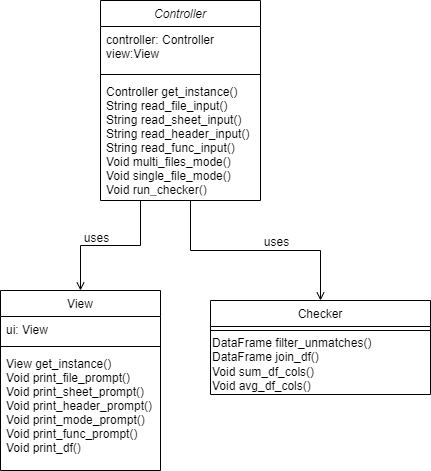
R-Fan9/Verification-Automation keeps this draw.io diagram as Documentation/UML_AutoChecker.png. Above is the earlier version. Source tidied: cells renumbered, new cells last; positions are measured from the earlier drawing's top-left corner, leaving out a move shared by most shapes.
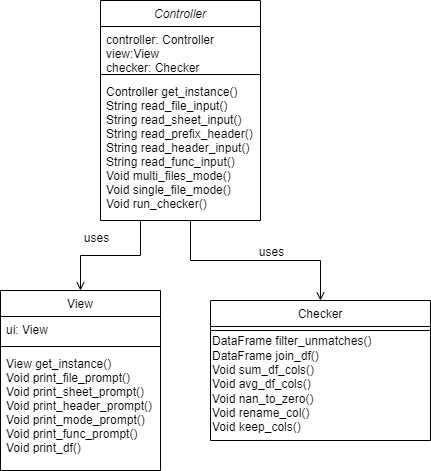
Above is the later version.

The edit, as a diff of the source:
```diff
@@ -3,16 +3,16 @@
     <mxCell id="0" />
     <mxCell id="1" parent="0" />
     <mxCell id="2" value="Controller" style="swimlane;fontStyle=2;align=center;verticalAlign=top;horizontal=1;startSize=26;rounded=0;shadow=0;strokeWidth=1;" parent="1" vertex="1">
-      <mxGeometry x="100" width="160" height="200" as="geometry" />
+      <mxGeometry x="100" width="160" height="220" as="geometry" />
     </mxCell>
-    <mxCell id="3" value="controller: Controller&#10;view:View" style="text;align=left;verticalAlign=top;spacingLeft=4;spacingRight=4;overflow=hidden;" parent="2" vertex="1">
+    <mxCell id="3" value="controller: Controller&#10;view:View&#10;checker: Checker" style="text;align=left;verticalAlign=top;spacingLeft=4;spacingRight=4;overflow=hidden;" parent="2" vertex="1">
       <mxGeometry y="26" width="160" height="44" as="geometry" />
     </mxCell>
     <mxCell id="4" style="line;html=1;strokeWidth=1;align=left;verticalAlign=middle;spacingTop=-1;spacingLeft=3;spacingRight=3;labelPosition=right;" parent="2" vertex="1">
       <mxGeometry y="70" width="160" height="8" as="geometry" />
     </mxCell>
-    <mxCell id="5" value="Controller get_instance()&#10;String read_file_input()&#10;String read_sheet_input()&#10;String read_header_input()&#10;String read_func_input()&#10;Void multi_files_mode()&#10;Void single_file_mode()&#10;Void run_checker()&#10;" style="text;align=left;verticalAlign=top;spacingLeft=4;spacingRight=4;overflow=hidden;" parent="2" vertex="1">
-      <mxGeometry y="78" width="160" height="112" as="geometry" />
+    <mxCell id="5" value="Controller get_instance()&#10;String read_file_input()&#10;String read_sheet_input()&#10;String read_prefix_header()&#10;String read_header_input()&#10;String read_func_input()&#10;Void multi_files_mode()&#10;Void single_file_mode()&#10;Void run_checker()&#10;" style="text;align=left;verticalAlign=top;spacingLeft=4;spacingRight=4;overflow=hidden;" parent="2" vertex="1">
+      <mxGeometry y="78" width="160" height="142" as="geometry" />
     </mxCell>
     <mxCell id="6" value="View" style="swimlane;fontStyle=0;align=center;verticalAlign=top;horizontal=1;startSize=26;rounded=0;shadow=0;strokeWidth=1;" parent="1" vertex="1">
       <mxGeometry y="290" width="160" height="180" as="geometry" />
@@ -27,13 +27,13 @@
       <mxGeometry y="60" width="160" height="110" as="geometry" />
     </mxCell>
     <mxCell id="10" value="Checker" style="swimlane;fontStyle=0;align=center;verticalAlign=top;horizontal=1;startSize=26;rounded=0;shadow=0;strokeWidth=1;" parent="1" vertex="1">
-      <mxGeometry x="210" y="300" width="220" height="94" as="geometry" />
+      <mxGeometry x="210" y="300" width="220" height="140" as="geometry" />
     </mxCell>
     <mxCell id="11" style="line;html=1;strokeWidth=1;align=left;verticalAlign=middle;spacingTop=-1;spacingLeft=3;spacingRight=3;labelPosition=right;" parent="10" vertex="1">
       <mxGeometry y="26" width="220" height="8" as="geometry" />
     </mxCell>
-    <mxCell id="12" value="DataFrame filter_unmatches()&lt;br&gt;&lt;div&gt;DataFrame join_df()&lt;/div&gt;&lt;div&gt;Void sum_df_cols()&lt;/div&gt;&lt;div&gt;Void avg_df_cols()&lt;/div&gt;" style="text;html=1;align=left;verticalAlign=middle;strokeColor=none;fillColor=none;" parent="10" vertex="1">
-      <mxGeometry y="34" width="220" height="60" as="geometry" />
+    <mxCell id="12" value="DataFrame filter_unmatches()&lt;br&gt;&lt;div&gt;DataFrame join_df()&lt;/div&gt;&lt;div&gt;Void sum_df_cols()&lt;/div&gt;&lt;div&gt;Void avg_df_cols()&lt;/div&gt;&lt;div&gt;Void nan_to_zero()&lt;/div&gt;&lt;div&gt;Void rename_col()&lt;/div&gt;&lt;div&gt;Void keep_cols()&lt;/div&gt;" style="text;html=1;align=left;verticalAlign=middle;strokeColor=none;fillColor=none;" parent="10" vertex="1">
+      <mxGeometry y="34" width="220" height="100" as="geometry" />
     </mxCell>
     <mxCell id="13" style="endArrow=open;shadow=0;strokeWidth=1;rounded=0;endFill=1;edgeStyle=elbowEdgeStyle;elbow=vertical;entryX=0.5;entryY=0;entryDx=0;entryDy=0;exitX=0.25;exitY=1;exitDx=0;exitDy=0;" parent="1" edge="1" source="2" target="6">
       <mxGeometry x="0.5" y="41" relative="1" as="geometry">
@@ -42,7 +42,7 @@
     </mxCell>
     <mxCell id="14" style="endArrow=open;shadow=0;strokeWidth=1;rounded=0;endFill=1;edgeStyle=elbowEdgeStyle;elbow=vertical;" parent="1" edge="1" target="10">
       <mxGeometry x="0.5" y="41" relative="1" as="geometry">
-        <mxPoint x="190" y="200" as="sourcePoint" />
+        <mxPoint x="190" y="220" as="sourcePoint" />
         <mxPoint x="-40" y="32" as="offset" />
       </mxGeometry>
     </mxCell>
```
